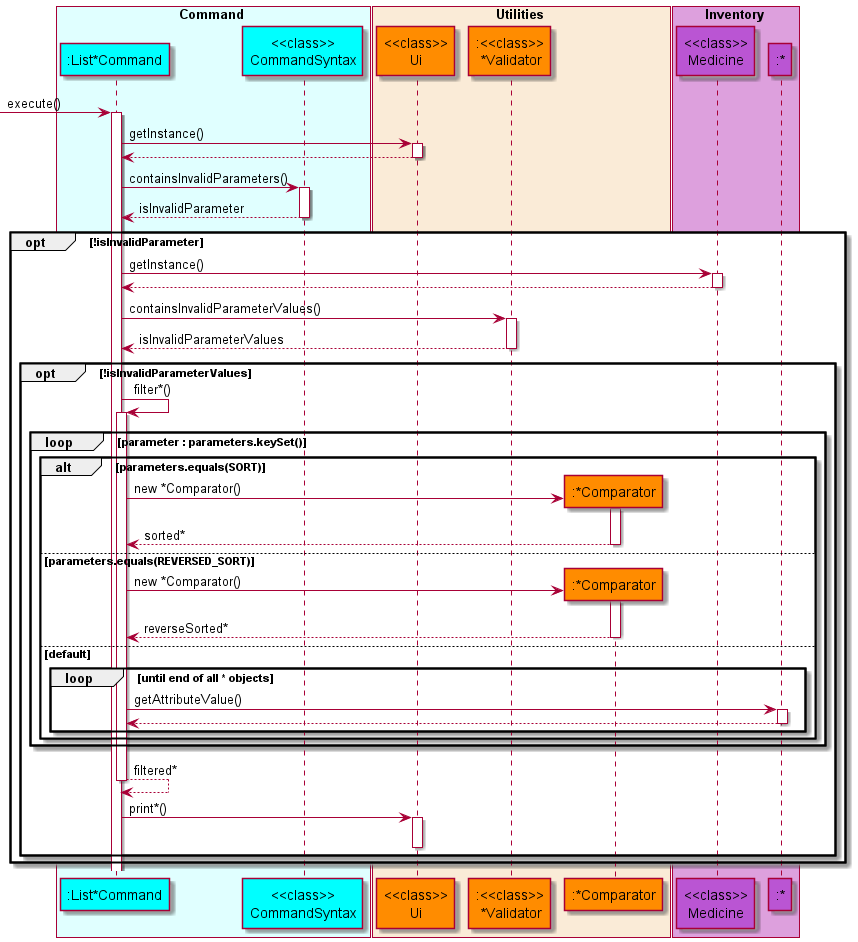
The PlantUML diagram docs/diagrams/diagram_images/ListSequenceDiagram.png in nus-cs2113-AY2122S1/tp, before a commit.
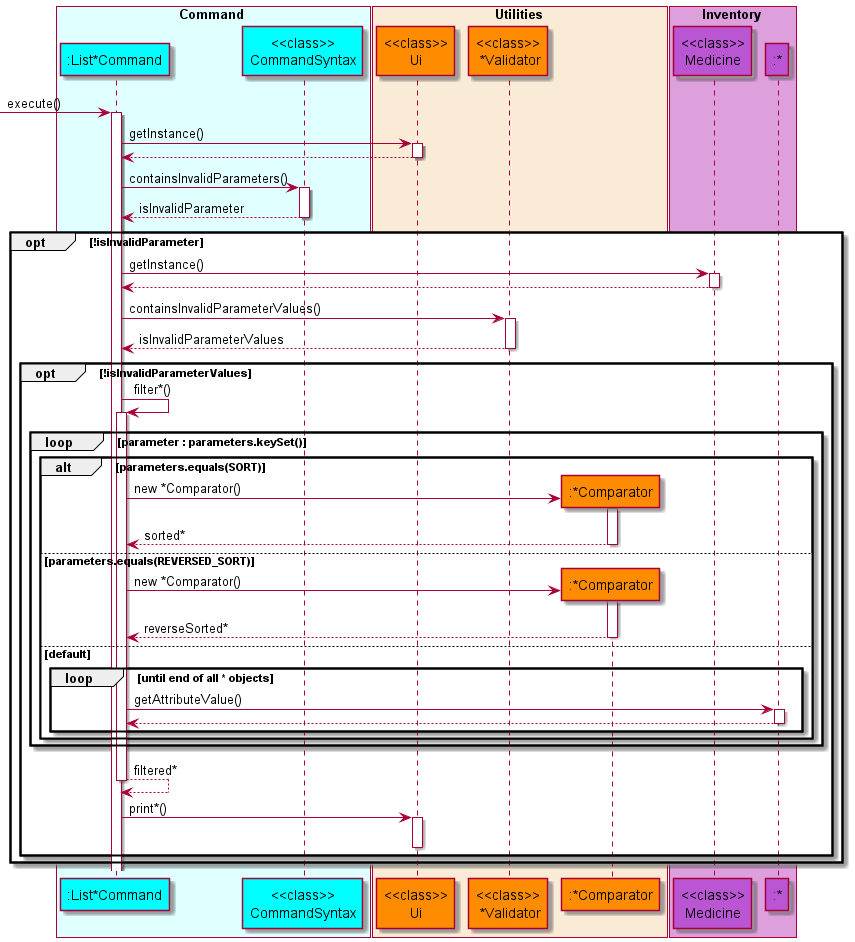
Above is the later version.

Change to the diagram source:
```diff
@@ -9,7 +9,7 @@
 
 box Utilities COLOR_UTILITIES_BOX
     participant "<<class>>\nUi" as ui COLOR_UTILITIES
-    participant ":<<class>>\n *Validator" as validator COLOR_UTILITIES
+    participant "<<class>>\n *Validator" as validator COLOR_UTILITIES
     participant ":*Comparator" as comparator COLOR_UTILITIES
 end box
 
```
